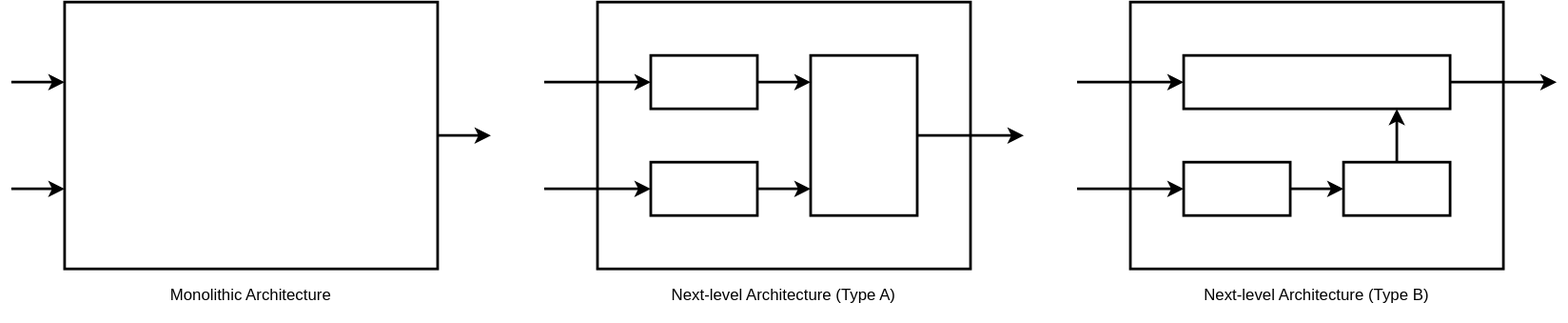
Above: docs/Software-Requirements/Design-Docs-of-Autoware/autoware-api/component.drawio.svg in autowarefoundation/autoware_reference_design (draw.io), before the change. Source tidied: cells renumbered, new cells last; positions are measured from the earlier drawing's top-left corner, leaving out a move shared by most shapes. Its diagram source:
```xml
<mxGraphModel>
  <root>
    <mxCell id="0" />
    <mxCell id="1" parent="0" />
    <mxCell id="2" style="rounded=0;whiteSpace=wrap;html=1;strokeWidth=2;" parent="1" vertex="1">
      <mxGeometry x="840" width="280" height="200" as="geometry" />
    </mxCell>
    <mxCell id="3" style="rounded=0;whiteSpace=wrap;html=1;strokeWidth=2;" parent="1" vertex="1">
      <mxGeometry x="440" width="280" height="200" as="geometry" />
    </mxCell>
    <mxCell id="4" style="edgeStyle=orthogonalEdgeStyle;rounded=0;html=1;strokeWidth=2;" parent="1" edge="1" source="5" target="9">
      <mxGeometry relative="1" as="geometry">
        <Array as="points">
          <mxPoint x="600" y="60" />
          <mxPoint x="600" y="60" />
        </Array>
      </mxGeometry>
    </mxCell>
    <mxCell id="5" style="rounded=0;whiteSpace=wrap;html=1;strokeWidth=2;" parent="1" vertex="1">
      <mxGeometry x="480" y="40" width="80" height="40" as="geometry" />
    </mxCell>
    <mxCell id="6" style="edgeStyle=orthogonalEdgeStyle;rounded=0;html=1;strokeWidth=2;" parent="1" edge="1" source="7" target="9">
      <mxGeometry relative="1" as="geometry">
        <Array as="points">
          <mxPoint x="600" y="140" />
          <mxPoint x="600" y="140" />
        </Array>
      </mxGeometry>
    </mxCell>
    <mxCell id="7" style="rounded=0;whiteSpace=wrap;html=1;strokeWidth=2;" parent="1" vertex="1">
      <mxGeometry x="480" y="120" width="80" height="40" as="geometry" />
    </mxCell>
    <mxCell id="8" style="edgeStyle=orthogonalEdgeStyle;rounded=0;html=1;strokeWidth=2;" parent="1" edge="1" source="9">
      <mxGeometry relative="1" as="geometry">
        <mxPoint x="760" y="100" as="targetPoint" />
      </mxGeometry>
    </mxCell>
    <mxCell id="9" style="rounded=0;whiteSpace=wrap;html=1;strokeWidth=2;" parent="1" vertex="1">
      <mxGeometry x="600" y="40" width="80" height="120" as="geometry" />
    </mxCell>
    <mxCell id="10" style="edgeStyle=none;html=1;strokeWidth=2;" parent="1" edge="1" source="11" target="15">
      <mxGeometry relative="1" as="geometry" />
    </mxCell>
    <mxCell id="11" style="rounded=0;whiteSpace=wrap;html=1;strokeWidth=2;" parent="1" vertex="1">
      <mxGeometry x="880" y="120" width="80" height="40" as="geometry" />
    </mxCell>
    <mxCell id="12" style="edgeStyle=orthogonalEdgeStyle;rounded=0;html=1;strokeWidth=2;" parent="1" edge="1" source="13">
      <mxGeometry relative="1" as="geometry">
        <mxPoint x="1160" y="60" as="targetPoint" />
      </mxGeometry>
    </mxCell>
    <mxCell id="13" style="rounded=0;whiteSpace=wrap;html=1;strokeWidth=2;" parent="1" vertex="1">
      <mxGeometry x="880" y="40" width="200" height="40" as="geometry" />
    </mxCell>
    <mxCell id="14" style="edgeStyle=orthogonalEdgeStyle;html=1;strokeWidth=2;rounded=0;" parent="1" edge="1" source="15" target="13">
      <mxGeometry relative="1" as="geometry">
        <Array as="points">
          <mxPoint x="1060" y="120" />
          <mxPoint x="1060" y="120" />
        </Array>
      </mxGeometry>
    </mxCell>
    <mxCell id="15" style="rounded=0;whiteSpace=wrap;html=1;strokeWidth=2;" parent="1" vertex="1">
      <mxGeometry x="1000" y="120" width="80" height="40" as="geometry" />
    </mxCell>
    <mxCell id="16" style="edgeStyle=orthogonalEdgeStyle;rounded=0;html=1;strokeWidth=2;" parent="1" edge="1" source="17">
      <mxGeometry relative="1" as="geometry">
        <mxPoint x="360" y="100" as="targetPoint" />
      </mxGeometry>
    </mxCell>
    <mxCell id="17" style="rounded=0;whiteSpace=wrap;html=1;strokeWidth=2;" parent="1" vertex="1">
      <mxGeometry x="40" width="280" height="200" as="geometry" />
    </mxCell>
    <mxCell id="18" style="edgeStyle=orthogonalEdgeStyle;rounded=0;html=1;strokeWidth=2;" parent="1" edge="1" target="17">
      <mxGeometry relative="1" as="geometry">
        <mxPoint y="60" as="sourcePoint" />
        <Array as="points">
          <mxPoint x="40" y="60" />
          <mxPoint x="40" y="60" />
        </Array>
      </mxGeometry>
    </mxCell>
    <mxCell id="19" style="edgeStyle=orthogonalEdgeStyle;rounded=0;html=1;strokeWidth=2;" parent="1" edge="1" target="17">
      <mxGeometry relative="1" as="geometry">
        <mxPoint y="140" as="sourcePoint" />
        <Array as="points">
          <mxPoint x="30" y="140" />
          <mxPoint x="30" y="140" />
        </Array>
      </mxGeometry>
    </mxCell>
    <mxCell id="20" style="edgeStyle=orthogonalEdgeStyle;rounded=0;html=1;strokeWidth=2;" parent="1" edge="1" target="5">
      <mxGeometry relative="1" as="geometry">
        <mxPoint x="400" y="60" as="sourcePoint" />
      </mxGeometry>
    </mxCell>
    <mxCell id="21" style="edgeStyle=orthogonalEdgeStyle;rounded=0;html=1;strokeWidth=2;" parent="1" edge="1" target="7">
      <mxGeometry relative="1" as="geometry">
        <mxPoint x="400" y="140" as="sourcePoint" />
      </mxGeometry>
    </mxCell>
    <mxCell id="22" style="edgeStyle=orthogonalEdgeStyle;rounded=0;html=1;strokeWidth=2;" parent="1" edge="1" target="13">
      <mxGeometry relative="1" as="geometry">
        <mxPoint x="800" y="60" as="sourcePoint" />
      </mxGeometry>
    </mxCell>
    <mxCell id="23" style="edgeStyle=orthogonalEdgeStyle;rounded=0;html=1;strokeWidth=2;" parent="1" edge="1" target="11">
      <mxGeometry relative="1" as="geometry">
        <mxPoint x="800" y="140" as="sourcePoint" />
      </mxGeometry>
    </mxCell>
    <mxCell id="24" value="Monolithic Architecture" style="text;html=1;strokeColor=none;fillColor=none;align=center;verticalAlign=middle;whiteSpace=wrap;rounded=0;" parent="1" vertex="1">
      <mxGeometry x="40" y="200" width="280" height="40" as="geometry" />
    </mxCell>
    <mxCell id="25" value="Next-level Architecture (Type A)" style="text;html=1;strokeColor=none;fillColor=none;align=center;verticalAlign=middle;whiteSpace=wrap;rounded=0;" parent="1" vertex="1">
      <mxGeometry x="440" y="200" width="280" height="40" as="geometry" />
    </mxCell>
    <mxCell id="26" value="Next-level Architecture (Type B)" style="text;html=1;strokeColor=none;fillColor=none;align=center;verticalAlign=middle;whiteSpace=wrap;rounded=0;" parent="1" vertex="1">
      <mxGeometry x="840" y="200" width="280" height="40" as="geometry" />
    </mxCell>
  </root>
</mxGraphModel>
```
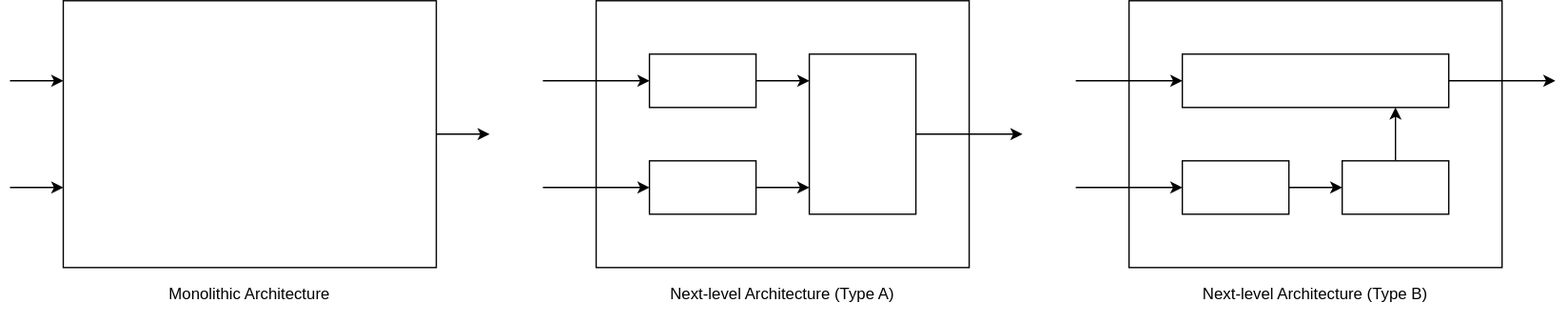
Above is the later version.

The edit, as a diff of the source:
```diff
@@ -2,13 +2,13 @@
   <root>
     <mxCell id="0" />
     <mxCell id="1" parent="0" />
-    <mxCell id="2" style="rounded=0;whiteSpace=wrap;html=1;strokeWidth=2;" parent="1" vertex="1">
+    <mxCell id="2" style="rounded=0;whiteSpace=wrap;html=1;strokeWidth=1;" parent="1" vertex="1">
       <mxGeometry x="840" width="280" height="200" as="geometry" />
     </mxCell>
-    <mxCell id="3" style="rounded=0;whiteSpace=wrap;html=1;strokeWidth=2;" parent="1" vertex="1">
+    <mxCell id="3" style="rounded=0;whiteSpace=wrap;html=1;strokeWidth=1;" parent="1" vertex="1">
       <mxGeometry x="440" width="280" height="200" as="geometry" />
     </mxCell>
-    <mxCell id="4" style="edgeStyle=orthogonalEdgeStyle;rounded=0;html=1;strokeWidth=2;" parent="1" edge="1" source="5" target="9">
+    <mxCell id="4" style="edgeStyle=orthogonalEdgeStyle;rounded=0;html=1;strokeWidth=1;" parent="1" edge="1" source="5" target="9">
       <mxGeometry relative="1" as="geometry">
         <Array as="points">
           <mxPoint x="600" y="60" />
@@ -16,10 +16,10 @@
         </Array>
       </mxGeometry>
     </mxCell>
-    <mxCell id="5" style="rounded=0;whiteSpace=wrap;html=1;strokeWidth=2;" parent="1" vertex="1">
+    <mxCell id="5" style="rounded=0;whiteSpace=wrap;html=1;strokeWidth=1;" parent="1" vertex="1">
       <mxGeometry x="480" y="40" width="80" height="40" as="geometry" />
     </mxCell>
-    <mxCell id="6" style="edgeStyle=orthogonalEdgeStyle;rounded=0;html=1;strokeWidth=2;" parent="1" edge="1" source="7" target="9">
+    <mxCell id="6" style="edgeStyle=orthogonalEdgeStyle;rounded=0;html=1;strokeWidth=1;" parent="1" edge="1" source="7" target="9">
       <mxGeometry relative="1" as="geometry">
         <Array as="points">
           <mxPoint x="600" y="140" />
@@ -27,32 +27,32 @@
         </Array>
       </mxGeometry>
     </mxCell>
-    <mxCell id="7" style="rounded=0;whiteSpace=wrap;html=1;strokeWidth=2;" parent="1" vertex="1">
+    <mxCell id="7" style="rounded=0;whiteSpace=wrap;html=1;strokeWidth=1;" parent="1" vertex="1">
       <mxGeometry x="480" y="120" width="80" height="40" as="geometry" />
     </mxCell>
-    <mxCell id="8" style="edgeStyle=orthogonalEdgeStyle;rounded=0;html=1;strokeWidth=2;" parent="1" edge="1" source="9">
+    <mxCell id="8" style="edgeStyle=orthogonalEdgeStyle;rounded=0;html=1;strokeWidth=1;" parent="1" edge="1" source="9">
       <mxGeometry relative="1" as="geometry">
         <mxPoint x="760" y="100" as="targetPoint" />
       </mxGeometry>
     </mxCell>
-    <mxCell id="9" style="rounded=0;whiteSpace=wrap;html=1;strokeWidth=2;" parent="1" vertex="1">
+    <mxCell id="9" style="rounded=0;whiteSpace=wrap;html=1;strokeWidth=1;" parent="1" vertex="1">
       <mxGeometry x="600" y="40" width="80" height="120" as="geometry" />
     </mxCell>
-    <mxCell id="10" style="edgeStyle=none;html=1;strokeWidth=2;" parent="1" edge="1" source="11" target="15">
+    <mxCell id="10" style="edgeStyle=none;html=1;strokeWidth=1;" parent="1" edge="1" source="11" target="15">
       <mxGeometry relative="1" as="geometry" />
     </mxCell>
-    <mxCell id="11" style="rounded=0;whiteSpace=wrap;html=1;strokeWidth=2;" parent="1" vertex="1">
+    <mxCell id="11" style="rounded=0;whiteSpace=wrap;html=1;strokeWidth=1;" parent="1" vertex="1">
       <mxGeometry x="880" y="120" width="80" height="40" as="geometry" />
     </mxCell>
-    <mxCell id="12" style="edgeStyle=orthogonalEdgeStyle;rounded=0;html=1;strokeWidth=2;" parent="1" edge="1" source="13">
+    <mxCell id="12" style="edgeStyle=orthogonalEdgeStyle;rounded=0;html=1;strokeWidth=1;" parent="1" edge="1" source="13">
       <mxGeometry relative="1" as="geometry">
         <mxPoint x="1160" y="60" as="targetPoint" />
       </mxGeometry>
     </mxCell>
-    <mxCell id="13" style="rounded=0;whiteSpace=wrap;html=1;strokeWidth=2;" parent="1" vertex="1">
+    <mxCell id="13" style="rounded=0;whiteSpace=wrap;html=1;strokeWidth=1;" parent="1" vertex="1">
       <mxGeometry x="880" y="40" width="200" height="40" as="geometry" />
     </mxCell>
-    <mxCell id="14" style="edgeStyle=orthogonalEdgeStyle;html=1;strokeWidth=2;rounded=0;" parent="1" edge="1" source="15" target="13">
+    <mxCell id="14" style="edgeStyle=orthogonalEdgeStyle;html=1;strokeWidth=1;rounded=0;" parent="1" edge="1" source="15" target="13">
       <mxGeometry relative="1" as="geometry">
         <Array as="points">
           <mxPoint x="1060" y="120" />
@@ -60,18 +60,18 @@
         </Array>
       </mxGeometry>
     </mxCell>
-    <mxCell id="15" style="rounded=0;whiteSpace=wrap;html=1;strokeWidth=2;" parent="1" vertex="1">
+    <mxCell id="15" style="rounded=0;whiteSpace=wrap;html=1;strokeWidth=1;" parent="1" vertex="1">
       <mxGeometry x="1000" y="120" width="80" height="40" as="geometry" />
     </mxCell>
-    <mxCell id="16" style="edgeStyle=orthogonalEdgeStyle;rounded=0;html=1;strokeWidth=2;" parent="1" edge="1" source="17">
+    <mxCell id="16" style="edgeStyle=orthogonalEdgeStyle;rounded=0;html=1;strokeWidth=1;" parent="1" edge="1" source="17">
       <mxGeometry relative="1" as="geometry">
         <mxPoint x="360" y="100" as="targetPoint" />
       </mxGeometry>
     </mxCell>
-    <mxCell id="17" style="rounded=0;whiteSpace=wrap;html=1;strokeWidth=2;" parent="1" vertex="1">
+    <mxCell id="17" style="rounded=0;whiteSpace=wrap;html=1;strokeWidth=1;" parent="1" vertex="1">
       <mxGeometry x="40" width="280" height="200" as="geometry" />
     </mxCell>
-    <mxCell id="18" style="edgeStyle=orthogonalEdgeStyle;rounded=0;html=1;strokeWidth=2;" parent="1" edge="1" target="17">
+    <mxCell id="18" style="edgeStyle=orthogonalEdgeStyle;rounded=0;html=1;strokeWidth=1;" parent="1" edge="1" target="17">
       <mxGeometry relative="1" as="geometry">
         <mxPoint y="60" as="sourcePoint" />
         <Array as="points">
@@ -80,7 +80,7 @@
         </Array>
       </mxGeometry>
     </mxCell>
-    <mxCell id="19" style="edgeStyle=orthogonalEdgeStyle;rounded=0;html=1;strokeWidth=2;" parent="1" edge="1" target="17">
+    <mxCell id="19" style="edgeStyle=orthogonalEdgeStyle;rounded=0;html=1;strokeWidth=1;" parent="1" edge="1" target="17">
       <mxGeometry relative="1" as="geometry">
         <mxPoint y="140" as="sourcePoint" />
         <Array as="points">
@@ -89,33 +89,33 @@
         </Array>
       </mxGeometry>
     </mxCell>
-    <mxCell id="20" style="edgeStyle=orthogonalEdgeStyle;rounded=0;html=1;strokeWidth=2;" parent="1" edge="1" target="5">
+    <mxCell id="20" style="edgeStyle=orthogonalEdgeStyle;rounded=0;html=1;strokeWidth=1;" parent="1" edge="1" target="5">
       <mxGeometry relative="1" as="geometry">
         <mxPoint x="400" y="60" as="sourcePoint" />
       </mxGeometry>
     </mxCell>
-    <mxCell id="21" style="edgeStyle=orthogonalEdgeStyle;rounded=0;html=1;strokeWidth=2;" parent="1" edge="1" target="7">
+    <mxCell id="21" style="edgeStyle=orthogonalEdgeStyle;rounded=0;html=1;strokeWidth=1;" parent="1" edge="1" target="7">
       <mxGeometry relative="1" as="geometry">
         <mxPoint x="400" y="140" as="sourcePoint" />
       </mxGeometry>
     </mxCell>
-    <mxCell id="22" style="edgeStyle=orthogonalEdgeStyle;rounded=0;html=1;strokeWidth=2;" parent="1" edge="1" target="13">
+    <mxCell id="22" style="edgeStyle=orthogonalEdgeStyle;rounded=0;html=1;strokeWidth=1;" parent="1" edge="1" target="13">
       <mxGeometry relative="1" as="geometry">
         <mxPoint x="800" y="60" as="sourcePoint" />
       </mxGeometry>
     </mxCell>
-    <mxCell id="23" style="edgeStyle=orthogonalEdgeStyle;rounded=0;html=1;strokeWidth=2;" parent="1" edge="1" target="11">
+    <mxCell id="23" style="edgeStyle=orthogonalEdgeStyle;rounded=0;html=1;strokeWidth=1;" parent="1" edge="1" target="11">
       <mxGeometry relative="1" as="geometry">
         <mxPoint x="800" y="140" as="sourcePoint" />
       </mxGeometry>
     </mxCell>
-    <mxCell id="24" value="Monolithic Architecture" style="text;html=1;strokeColor=none;fillColor=none;align=center;verticalAlign=middle;whiteSpace=wrap;rounded=0;" parent="1" vertex="1">
+    <mxCell id="24" value="Monolithic Architecture" style="text;html=1;strokeColor=none;fillColor=none;align=center;verticalAlign=middle;whiteSpace=wrap;rounded=0;strokeWidth=1;" parent="1" vertex="1">
       <mxGeometry x="40" y="200" width="280" height="40" as="geometry" />
     </mxCell>
-    <mxCell id="25" value="Next-level Architecture (Type A)" style="text;html=1;strokeColor=none;fillColor=none;align=center;verticalAlign=middle;whiteSpace=wrap;rounded=0;" parent="1" vertex="1">
+    <mxCell id="25" value="Next-level Architecture (Type A)" style="text;html=1;strokeColor=none;fillColor=none;align=center;verticalAlign=middle;whiteSpace=wrap;rounded=0;strokeWidth=1;" parent="1" vertex="1">
       <mxGeometry x="440" y="200" width="280" height="40" as="geometry" />
     </mxCell>
-    <mxCell id="26" value="Next-level Architecture (Type B)" style="text;html=1;strokeColor=none;fillColor=none;align=center;verticalAlign=middle;whiteSpace=wrap;rounded=0;" parent="1" vertex="1">
+    <mxCell id="26" value="Next-level Architecture (Type B)" style="text;html=1;strokeColor=none;fillColor=none;align=center;verticalAlign=middle;whiteSpace=wrap;rounded=0;strokeWidth=1;" parent="1" vertex="1">
       <mxGeometry x="840" y="200" width="280" height="40" as="geometry" />
     </mxCell>
   </root>
```
